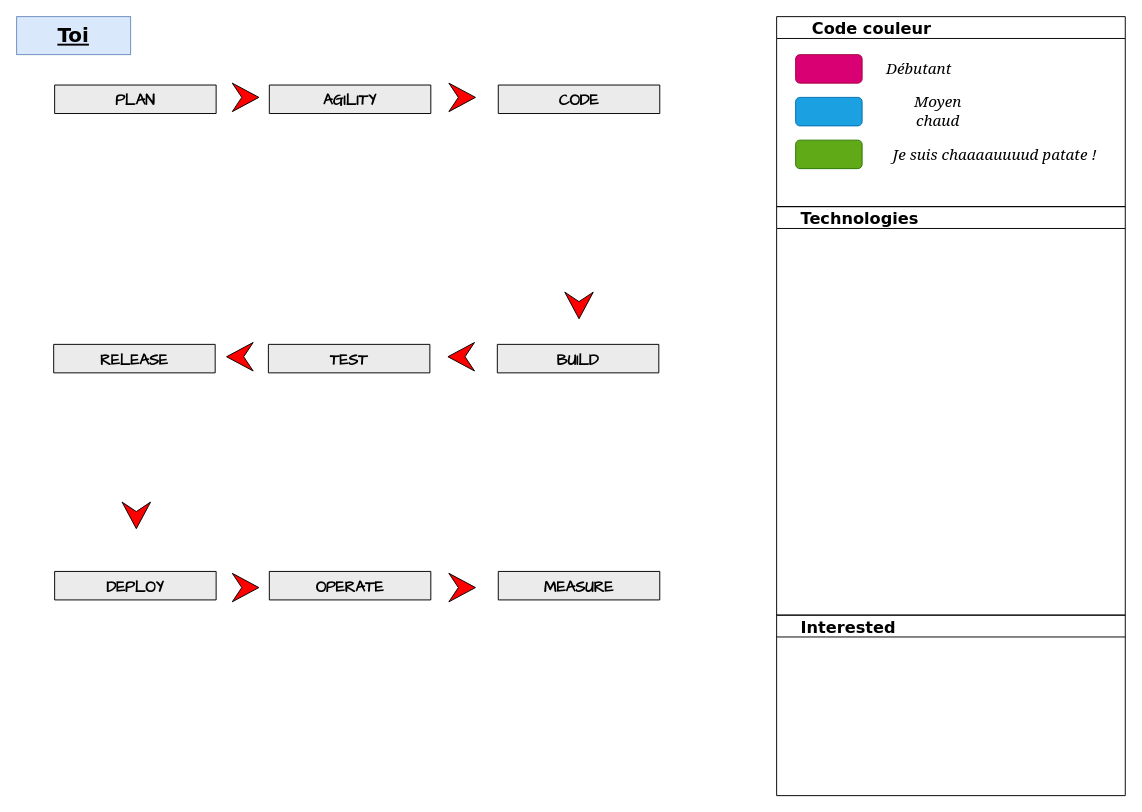
teolia/TeoSchool_skills keeps this draw.io diagram as skills.drawio. Above is the earlier version. Source tidied: cells renumbered, new cells numbered last; positions are measured from the earlier drawing's top-left corner, leaving out a move shared by most shapes. Both pictures are drawn from the tidied source at 95%, with x=0, y=0 at pixel (16, 16).
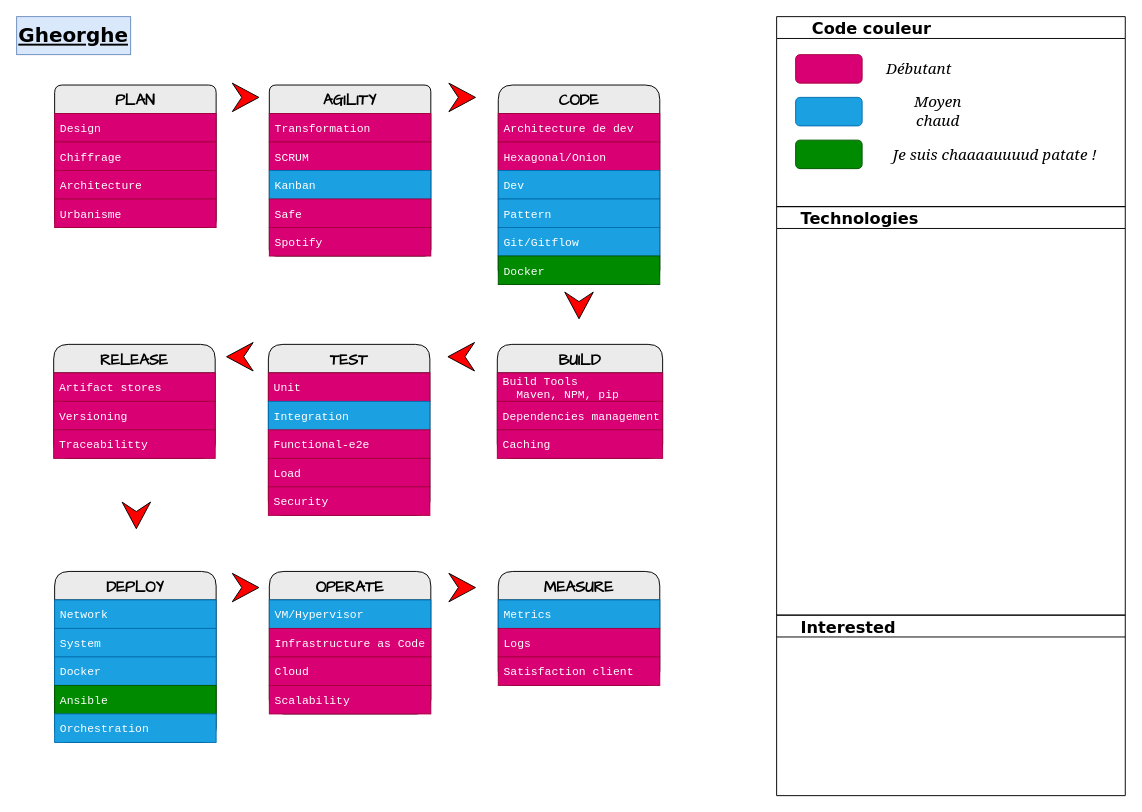
The same diagram, later.

The change refers to these unchanged cells:
```xml
<mxCell id="20" value="      Code couleur" style="swimlane;rounded=0;labelBackgroundColor=none;sketch=0;fontFamily=Verdana;fontSize=17;fontColor=#000000;fillColor=none;align=left;" parent="1" vertex="1">
  <mxGeometry x="800" width="367" height="200" as="geometry" />
</mxCell>
```

The edit, as a diff of the source:
```diff
@@
-    <mxCell id="2" value="Toi" style="rounded=0;whiteSpace=wrap;html=1;labelBackgroundColor=none;fontFamily=Verdana;fontSize=21;fillColor=#dae8fc;fontStyle=5;strokeColor=#6c8ebf;" parent="1" vertex="1">
+    <mxCell id="2" value="Gheorghe" style="rounded=0;whiteSpace=wrap;html=1;labelBackgroundColor=none;fontFamily=Verdana;fontSize=21;fillColor=#dae8fc;fontStyle=5;strokeColor=#6c8ebf;" parent="1" vertex="1">
       <mxGeometry width="120" height="40" as="geometry" />
     </mxCell>
-    <mxCell id="3" value="PLAN" style="swimlane;fontStyle=1;horizontal=1;startSize=30;fontFamily=Comic Sans MS;rounded=1;arcSize=9;labelBackgroundColor=none;fillColor=#EBEBEB;fontSize=16;" parent="1" vertex="1" collapsed="1">
-      <mxGeometry x="40" y="72" width="170" height="30" as="geometry" />
+    <mxCell id="3" value="PLAN" style="swimlane;fontStyle=1;horizontal=1;startSize=30;fontFamily=Comic Sans MS;rounded=1;arcSize=9;labelBackgroundColor=none;fillColor=#EBEBEB;fontSize=16;" parent="1" vertex="1">
+      <mxGeometry x="40" y="72" width="170" height="150" as="geometry" />
     </mxCell>
+    <mxCell id="29" value="Design" style="text;align=left;verticalAlign=middle;spacingLeft=4;spacingRight=4;overflow=hidden;fontFamily=Courier New;fillColor=#d80073;fontColor=#ffffff;strokeColor=#A50040;" parent="3" vertex="1">
+      <mxGeometry y="30" width="170" height="30" as="geometry" />
+    </mxCell>
+    <mxCell id="30" value="Chiffrage" style="text;align=left;verticalAlign=middle;spacingLeft=4;spacingRight=4;overflow=hidden;fontFamily=Courier New;fillColor=#d80073;fontColor=#ffffff;strokeColor=#A50040;" parent="3" vertex="1">
+      <mxGeometry y="60" width="170" height="30" as="geometry" />
+    </mxCell>
+    <mxCell id="31" value="Architecture" style="text;align=left;verticalAlign=middle;spacingLeft=4;spacingRight=4;overflow=hidden;fontFamily=Courier New;fillColor=#d80073;fontColor=#ffffff;strokeColor=#A50040;" parent="3" vertex="1">
+      <mxGeometry y="90" width="170" height="30" as="geometry" />
+    </mxCell>
+    <mxCell id="32" value="Urbanisme" style="text;strokeColor=#A50040;fillColor=#d80073;align=left;verticalAlign=middle;spacingLeft=4;spacingRight=4;overflow=hidden;fontFamily=Courier New;fontColor=#ffffff;" parent="3" vertex="1">
+      <mxGeometry y="120" width="170" height="30" as="geometry" />
+    </mxCell>
-    <mxCell id="4" value="AGILITY" style="swimlane;fontStyle=1;horizontal=1;startSize=30;fontFamily=Comic Sans MS;rounded=1;arcSize=8;labelBackgroundColor=none;fillColor=#EBEBEB;fontSize=16;" parent="1" vertex="1" collapsed="1">
-      <mxGeometry x="266" y="72" width="170" height="30" as="geometry" />
+    <mxCell id="4" value="AGILITY" style="swimlane;fontStyle=1;horizontal=1;startSize=30;fontFamily=Comic Sans MS;rounded=1;arcSize=8;labelBackgroundColor=none;fillColor=#EBEBEB;fontSize=16;" parent="1" vertex="1">
+      <mxGeometry x="266" y="72" width="170" height="180" as="geometry" />
     </mxCell>
+    <mxCell id="33" value="Transformation" style="text;align=left;verticalAlign=middle;spacingLeft=4;spacingRight=4;overflow=hidden;fontFamily=Courier New;fillColor=#d80073;fontColor=#ffffff;strokeColor=#A50040;" parent="4" vertex="1">
+      <mxGeometry y="30" width="170" height="30" as="geometry" />
+    </mxCell>
+    <mxCell id="34" value="SCRUM" style="text;strokeColor=#A50040;fillColor=#d80073;align=left;verticalAlign=middle;spacingLeft=4;spacingRight=4;overflow=hidden;fontFamily=Courier New;fontColor=#ffffff;" parent="4" vertex="1">
+      <mxGeometry y="60" width="170" height="30" as="geometry" />
+    </mxCell>
+    <mxCell id="35" value="Kanban" style="text;strokeColor=#006EAF;fillColor=#1ba1e2;align=left;verticalAlign=middle;spacingLeft=4;spacingRight=4;overflow=hidden;fontFamily=Courier New;fontColor=#ffffff;" parent="4" vertex="1">
+      <mxGeometry y="90" width="170" height="30" as="geometry" />
+    </mxCell>
+    <mxCell id="36" value="Safe" style="text;strokeColor=#A50040;fillColor=#d80073;align=left;verticalAlign=middle;spacingLeft=4;spacingRight=4;overflow=hidden;fontFamily=Courier New;fontColor=#ffffff;" parent="4" vertex="1">
+      <mxGeometry y="120" width="170" height="30" as="geometry" />
+    </mxCell>
+    <mxCell id="37" value="Spotify" style="text;strokeColor=#A50040;fillColor=#d80073;align=left;verticalAlign=middle;spacingLeft=4;spacingRight=4;overflow=hidden;fontFamily=Courier New;fontColor=#ffffff;" parent="4" vertex="1">
+      <mxGeometry y="150" width="170" height="30" as="geometry" />
+    </mxCell>
-    <mxCell id="5" value="CODE" style="swimlane;fontStyle=1;horizontal=1;startSize=30;fontFamily=Comic Sans MS;rounded=1;arcSize=17;labelBackgroundColor=none;fillColor=#EBEBEB;fontSize=16;" parent="1" vertex="1" collapsed="1">
-      <mxGeometry x="507" y="72" width="170" height="30" as="geometry" />
+    <mxCell id="5" value="CODE" style="swimlane;fontStyle=1;horizontal=1;startSize=30;fontFamily=Comic Sans MS;rounded=1;arcSize=17;labelBackgroundColor=none;fillColor=#EBEBEB;fontSize=16;" parent="1" vertex="1">
+      <mxGeometry x="507" y="72" width="170" height="210" as="geometry" />
     </mxCell>
+    <mxCell id="38" value="Architecture de dev" style="text;align=left;verticalAlign=middle;spacingLeft=4;spacingRight=4;overflow=hidden;fontFamily=Courier New;fillColor=#d80073;fontColor=#ffffff;strokeColor=#A50040;" parent="5" vertex="1">
+      <mxGeometry y="30" width="170" height="30" as="geometry" />
+    </mxCell>
+    <mxCell id="39" value="Hexagonal/Onion" style="text;strokeColor=#A50040;fillColor=#d80073;align=left;verticalAlign=middle;spacingLeft=4;spacingRight=4;overflow=hidden;fontFamily=Courier New;fontColor=#ffffff;" parent="5" vertex="1">
+      <mxGeometry y="60" width="170" height="30" as="geometry" />
+    </mxCell>
+    <mxCell id="40" value="Dev" style="text;strokeColor=#006EAF;fillColor=#1ba1e2;align=left;verticalAlign=middle;spacingLeft=4;spacingRight=4;overflow=hidden;fontFamily=Courier New;fontColor=#ffffff;" parent="5" vertex="1">
+      <mxGeometry y="90" width="170" height="30" as="geometry" />
+    </mxCell>
+    <mxCell id="41" value="Pattern" style="text;strokeColor=#006EAF;fillColor=#1ba1e2;align=left;verticalAlign=middle;spacingLeft=4;spacingRight=4;overflow=hidden;fontFamily=Courier New;fontColor=#ffffff;" parent="5" vertex="1">
+      <mxGeometry y="120" width="170" height="30" as="geometry" />
+    </mxCell>
+    <mxCell id="42" value="Git/Gitflow" style="text;strokeColor=#006EAF;fillColor=#1ba1e2;align=left;verticalAlign=middle;spacingLeft=4;spacingRight=4;overflow=hidden;fontFamily=Courier New;fontColor=#ffffff;" parent="5" vertex="1">
+      <mxGeometry y="150" width="170" height="30" as="geometry" />
+    </mxCell>
+    <mxCell id="43" value="Docker" style="text;strokeColor=#005700;fillColor=#008a00;align=left;verticalAlign=middle;spacingLeft=4;spacingRight=4;overflow=hidden;fontFamily=Courier New;fontColor=#ffffff;" parent="5" vertex="1">
+      <mxGeometry y="180" width="170" height="30" as="geometry" />
+    </mxCell>
@@
-    <mxCell id="8" value="RELEASE" style="swimlane;fontStyle=1;horizontal=1;startSize=30;fontFamily=Comic Sans MS;rounded=1;arcSize=17;labelBackgroundColor=none;fillColor=#EBEBEB;fontSize=16;" parent="1" vertex="1" collapsed="1">
-      <mxGeometry x="39" y="345" width="170" height="30" as="geometry" />
+    <mxCell id="8" value="RELEASE" style="swimlane;fontStyle=1;horizontal=1;startSize=30;fontFamily=Comic Sans MS;rounded=1;arcSize=17;labelBackgroundColor=none;fillColor=#EBEBEB;fontSize=16;" parent="1" vertex="1">
+      <mxGeometry x="39" y="345" width="170" height="120" as="geometry" />
     </mxCell>
+    <mxCell id="44" value="Artifact stores" style="text;align=left;verticalAlign=middle;spacingLeft=4;spacingRight=4;overflow=hidden;fontFamily=Courier New;fillColor=#d80073;fontColor=#ffffff;strokeColor=#A50040;" parent="8" vertex="1">
+      <mxGeometry y="30" width="170" height="30" as="geometry" />
+    </mxCell>
+    <mxCell id="45" value="Versioning" style="text;strokeColor=#A50040;fillColor=#d80073;align=left;verticalAlign=middle;spacingLeft=4;spacingRight=4;overflow=hidden;fontFamily=Courier New;fontColor=#ffffff;" parent="8" vertex="1">
+      <mxGeometry y="60" width="170" height="30" as="geometry" />
+    </mxCell>
+    <mxCell id="46" value="Traceabilitty" style="text;strokeColor=#A50040;fillColor=#d80073;align=left;verticalAlign=middle;spacingLeft=4;spacingRight=4;overflow=hidden;fontFamily=Courier New;fontColor=#ffffff;" parent="8" vertex="1">
+      <mxGeometry y="90" width="170" height="30" as="geometry" />
+    </mxCell>
-    <mxCell id="9" value="TEST" style="swimlane;fontStyle=1;horizontal=1;startSize=30;fontFamily=Comic Sans MS;rounded=1;arcSize=17;labelBackgroundColor=none;fillColor=#EBEBEB;fontSize=16;" parent="1" vertex="1" collapsed="1">
-      <mxGeometry x="265" y="345" width="170" height="30" as="geometry" />
+    <mxCell id="9" value="TEST" style="swimlane;fontStyle=1;horizontal=1;startSize=30;fontFamily=Comic Sans MS;rounded=1;arcSize=17;labelBackgroundColor=none;fillColor=#EBEBEB;fontSize=16;" parent="1" vertex="1">
+      <mxGeometry x="265" y="345" width="170" height="180" as="geometry" />
     </mxCell>
+    <mxCell id="47" value="Unit" style="text;align=left;verticalAlign=middle;spacingLeft=4;spacingRight=4;overflow=hidden;fontFamily=Courier New;fillColor=#d80073;fontColor=#ffffff;strokeColor=#A50040;" parent="9" vertex="1">
+      <mxGeometry y="30" width="170" height="30" as="geometry" />
+    </mxCell>
+    <mxCell id="48" value="Integration" style="text;strokeColor=#006EAF;fillColor=#1ba1e2;align=left;verticalAlign=middle;spacingLeft=4;spacingRight=4;overflow=hidden;fontFamily=Courier New;fontColor=#ffffff;" parent="9" vertex="1">
+      <mxGeometry y="60" width="170" height="30" as="geometry" />
+    </mxCell>
+    <mxCell id="49" value="Functional-e2e" style="text;align=left;verticalAlign=middle;spacingLeft=4;spacingRight=4;overflow=hidden;fontFamily=Courier New;fillColor=#d80073;fontColor=#ffffff;strokeColor=#A50040;" parent="9" vertex="1">
+      <mxGeometry y="90" width="170" height="30" as="geometry" />
+    </mxCell>
+    <mxCell id="50" value="Load" style="text;strokeColor=#A50040;fillColor=#d80073;align=left;verticalAlign=middle;spacingLeft=4;spacingRight=4;overflow=hidden;fontFamily=Courier New;fontColor=#ffffff;" parent="9" vertex="1">
+      <mxGeometry y="120" width="170" height="30" as="geometry" />
+    </mxCell>
+    <mxCell id="51" value="Security" style="text;strokeColor=#A50040;fillColor=#d80073;align=left;verticalAlign=middle;spacingLeft=4;spacingRight=4;overflow=hidden;fontFamily=Courier New;fontColor=#ffffff;" parent="9" vertex="1">
+      <mxGeometry y="150" width="170" height="30" as="geometry" />
+    </mxCell>
-    <mxCell id="10" value="BUILD" style="swimlane;fontStyle=1;horizontal=1;startSize=30;fontFamily=Comic Sans MS;rounded=1;arcSize=17;labelBackgroundColor=none;fillColor=#EBEBEB;fontSize=16;" parent="1" vertex="1" collapsed="1">
-      <mxGeometry x="506" y="345" width="170" height="30" as="geometry" />
+    <mxCell id="10" value="BUILD" style="swimlane;fontStyle=1;horizontal=1;startSize=30;fontFamily=Comic Sans MS;rounded=1;arcSize=17;labelBackgroundColor=none;fillColor=#EBEBEB;fontSize=16;" parent="1" vertex="1">
+      <mxGeometry x="506" y="345" width="174" height="120" as="geometry" />
     </mxCell>
+    <mxCell id="52" value="Build Tools&#10;  Maven, NPM, pip" style="text;align=left;verticalAlign=middle;spacingLeft=4;spacingRight=4;overflow=hidden;fontFamily=Courier New;fillColor=#d80073;fontColor=#ffffff;strokeColor=#A50040;" parent="10" vertex="1">
+      <mxGeometry y="30" width="174" height="30" as="geometry" />
+    </mxCell>
+    <mxCell id="53" value="Dependencies management" style="text;strokeColor=#A50040;fillColor=#d80073;align=left;verticalAlign=middle;spacingLeft=4;spacingRight=4;overflow=hidden;fontFamily=Courier New;fontColor=#ffffff;" parent="10" vertex="1">
+      <mxGeometry y="60" width="174" height="30" as="geometry" />
+    </mxCell>
+    <mxCell id="54" value="Caching" style="text;strokeColor=#A50040;fillColor=#d80073;align=left;verticalAlign=middle;spacingLeft=4;spacingRight=4;overflow=hidden;fontFamily=Courier New;fontColor=#ffffff;" parent="10" vertex="1">
+      <mxGeometry y="90" width="174" height="30" as="geometry" />
+    </mxCell>
-    <mxCell id="11" value="DEPLOY" style="swimlane;fontStyle=1;horizontal=1;startSize=30;fontFamily=Comic Sans MS;rounded=1;arcSize=17;labelBackgroundColor=none;fillColor=#EBEBEB;fontSize=16;" parent="1" vertex="1" collapsed="1">
-      <mxGeometry x="40" y="584" width="170" height="30" as="geometry" />
+    <mxCell id="11" value="DEPLOY" style="swimlane;fontStyle=1;horizontal=1;startSize=30;fontFamily=Comic Sans MS;rounded=1;arcSize=17;labelBackgroundColor=none;fillColor=#EBEBEB;fontSize=16;" parent="1" vertex="1">
+      <mxGeometry x="40" y="584" width="170" height="180" as="geometry" />
     </mxCell>
+    <mxCell id="55" value="Network" style="text;align=left;verticalAlign=middle;spacingLeft=4;spacingRight=4;overflow=hidden;fontFamily=Courier New;fillColor=#1ba1e2;fontColor=#ffffff;strokeColor=#006EAF;" parent="11" vertex="1">
+      <mxGeometry y="30" width="170" height="30" as="geometry" />
+    </mxCell>
+    <mxCell id="56" value="System" style="text;strokeColor=#006EAF;fillColor=#1ba1e2;align=left;verticalAlign=middle;spacingLeft=4;spacingRight=4;overflow=hidden;fontFamily=Courier New;fontColor=#ffffff;" parent="11" vertex="1">
+      <mxGeometry y="60" width="170" height="30" as="geometry" />
+    </mxCell>
+    <mxCell id="57" value="Docker" style="text;strokeColor=#006EAF;fillColor=#1ba1e2;align=left;verticalAlign=middle;spacingLeft=4;spacingRight=4;overflow=hidden;fontFamily=Courier New;fontColor=#ffffff;" parent="11" vertex="1">
+      <mxGeometry y="90" width="170" height="30" as="geometry" />
+    </mxCell>
+    <mxCell id="58" value="Ansible" style="text;strokeColor=#005700;fillColor=#008a00;align=left;verticalAlign=middle;spacingLeft=4;spacingRight=4;overflow=hidden;fontFamily=Courier New;fontColor=#ffffff;" parent="11" vertex="1">
+      <mxGeometry y="120" width="170" height="30" as="geometry" />
+    </mxCell>
+    <mxCell id="59" value="Orchestration" style="text;strokeColor=#006EAF;fillColor=#1ba1e2;align=left;verticalAlign=middle;spacingLeft=4;spacingRight=4;overflow=hidden;fontFamily=Courier New;fontColor=#ffffff;" parent="11" vertex="1">
+      <mxGeometry y="150" width="170" height="30" as="geometry" />
+    </mxCell>
-    <mxCell id="12" value="OPERATE" style="swimlane;fontStyle=1;horizontal=1;startSize=30;fontFamily=Comic Sans MS;rounded=1;arcSize=17;labelBackgroundColor=none;fillColor=#EBEBEB;fontSize=16;" parent="1" vertex="1" collapsed="1">
-      <mxGeometry x="266" y="584" width="170" height="30" as="geometry" />
+    <mxCell id="12" value="OPERATE" style="swimlane;fontStyle=1;horizontal=1;startSize=30;fontFamily=Comic Sans MS;rounded=1;arcSize=17;labelBackgroundColor=none;fillColor=#EBEBEB;fontSize=16;" parent="1" vertex="1">
+      <mxGeometry x="266" y="584" width="170" height="150" as="geometry" />
     </mxCell>
+    <mxCell id="60" value="VM/Hypervisor" style="text;align=left;verticalAlign=middle;spacingLeft=4;spacingRight=4;overflow=hidden;fontFamily=Courier New;fillColor=#1ba1e2;fontColor=#ffffff;strokeColor=#006EAF;" parent="12" vertex="1">
+      <mxGeometry y="30" width="170" height="30" as="geometry" />
+    </mxCell>
+    <mxCell id="61" value="Infrastructure as Code" style="text;strokeColor=#A50040;fillColor=#d80073;align=left;verticalAlign=middle;spacingLeft=4;spacingRight=4;overflow=hidden;fontFamily=Courier New;fontColor=#ffffff;" parent="12" vertex="1">
+      <mxGeometry y="60" width="170" height="30" as="geometry" />
+    </mxCell>
+    <mxCell id="62" value="Cloud" style="text;strokeColor=#A50040;fillColor=#d80073;align=left;verticalAlign=middle;spacingLeft=4;spacingRight=4;overflow=hidden;fontFamily=Courier New;fontColor=#ffffff;" parent="12" vertex="1">
+      <mxGeometry y="90" width="170" height="30" as="geometry" />
+    </mxCell>
+    <mxCell id="63" value="Scalability" style="text;strokeColor=#A50040;fillColor=#d80073;align=left;verticalAlign=middle;spacingLeft=4;spacingRight=4;overflow=hidden;fontFamily=Courier New;fontColor=#ffffff;" parent="12" vertex="1">
+      <mxGeometry y="120" width="170" height="30" as="geometry" />
+    </mxCell>
-    <mxCell id="13" value="MEASURE" style="swimlane;fontStyle=1;horizontal=1;startSize=30;fontFamily=Comic Sans MS;rounded=1;arcSize=17;labelBackgroundColor=none;fillColor=#EBEBEB;fontSize=16;" parent="1" vertex="1" collapsed="1">
-      <mxGeometry x="507" y="584" width="170" height="30" as="geometry" />
+    <mxCell id="13" value="MEASURE" style="swimlane;fontStyle=1;horizontal=1;startSize=30;fontFamily=Comic Sans MS;rounded=1;arcSize=17;labelBackgroundColor=none;fillColor=#EBEBEB;fontSize=16;" parent="1" vertex="1">
+      <mxGeometry x="507" y="584" width="170" height="120" as="geometry" />
     </mxCell>
+    <mxCell id="64" value="Metrics" style="text;align=left;verticalAlign=middle;spacingLeft=4;spacingRight=4;overflow=hidden;fontFamily=Courier New;fillColor=#1ba1e2;fontColor=#ffffff;strokeColor=#006EAF;" parent="13" vertex="1">
+      <mxGeometry y="30" width="170" height="30" as="geometry" />
+    </mxCell>
+    <mxCell id="65" value="Logs" style="text;strokeColor=#A50040;fillColor=#d80073;align=left;verticalAlign=middle;spacingLeft=4;spacingRight=4;overflow=hidden;fontFamily=Courier New;fontColor=#ffffff;" parent="13" vertex="1">
+      <mxGeometry y="60" width="170" height="30" as="geometry" />
+    </mxCell>
+    <mxCell id="66" value="Satisfaction client" style="text;strokeColor=#A50040;fillColor=#d80073;align=left;verticalAlign=middle;spacingLeft=4;spacingRight=4;overflow=hidden;fontFamily=Courier New;fontColor=#ffffff;" parent="13" vertex="1">
+      <mxGeometry y="90" width="170" height="30" as="geometry" />
+    </mxCell>
@@
-    <mxCell id="23" style="rounded=1;whiteSpace=wrap;html=1;fillColor=#60a917;fontColor=#ffffff;strokeColor=#2D7600;" parent="20" vertex="1">
+    <mxCell id="23" style="rounded=1;whiteSpace=wrap;html=1;fillColor=#008a00;fontColor=#ffffff;strokeColor=#005700;" parent="20" vertex="1">
       <mxGeometry x="20" y="130" width="70" height="30" as="geometry" />
     </mxCell>
```
